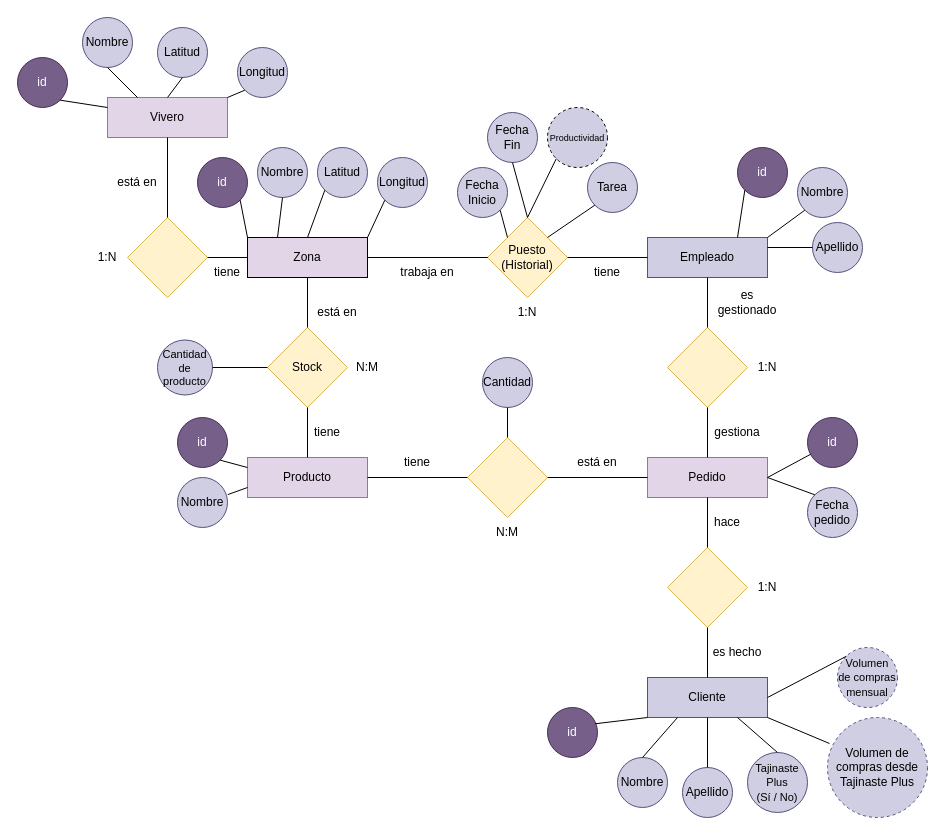
Above: viveros.drawio in IbaiHerasULL/ModeloER_Viveros (draw.io), before the change. Source tidied: cells renumbered, new cells numbered last; positions are measured from the earlier drawing's top-left corner, leaving out a move shared by most shapes. Both pictures are drawn from the tidied source at 100%, with x=0, y=0 at pixel (17, 17).
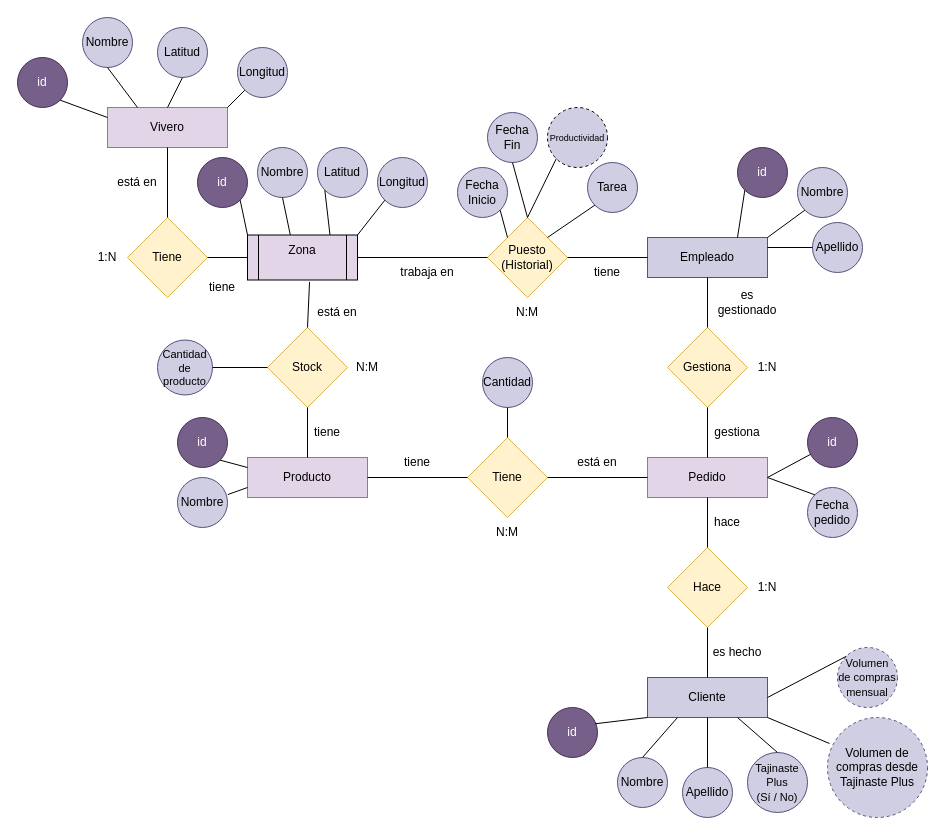
The same page after the edit.

The change refers to these unchanged cells:
```xml
<mxCell id="10" value="Nombre" style="ellipse;whiteSpace=wrap;html=1;fillColor=#d0cee2;strokeColor=#56517e;" parent="1" vertex="1">
  <mxGeometry x="240" y="130" width="50" height="50" as="geometry" />
</mxCell>
<mxCell id="16" value="Latitud" style="ellipse;whiteSpace=wrap;html=1;fillColor=#d0cee2;strokeColor=#56517e;" parent="1" vertex="1">
  <mxGeometry x="300" y="130" width="50" height="50" as="geometry" />
</mxCell>
<mxCell id="34" value="Stock" style="rhombus;whiteSpace=wrap;html=1;fillColor=#fff2cc;strokeColor=#d6b656;" parent="1" vertex="1">
  <mxGeometry x="250" y="310" width="80" height="80" as="geometry" />
</mxCell>
<mxCell id="43" value="Puesto&lt;div&gt;(Historial)&lt;/div&gt;" style="rhombus;whiteSpace=wrap;html=1;fillColor=#fff2cc;strokeColor=#d6b656;" parent="1" vertex="1">
  <mxGeometry x="470" y="200" width="80" height="80" as="geometry" />
</mxCell>
```

Diff of the diagram source:
```diff
@@
-    <mxCell id="3" value="Zona" style="rounded=0;whiteSpace=wrap;html=1;fillColor=#e1d5e7;strokeColor=default;glass=0;" parent="1" vertex="1">
-      <mxGeometry x="230" y="220" width="120" height="40" as="geometry" />
-    </mxCell>
@@
     <mxCell id="5" value="Vivero" style="rounded=0;whiteSpace=wrap;html=1;fillColor=#e1d5e7;strokeColor=#9673a6;" parent="1" vertex="1">
-      <mxGeometry x="90" y="80" width="120" height="40" as="geometry" />
+      <mxGeometry x="90" y="90" width="120" height="40" as="geometry" />
     </mxCell>
@@
-    <mxCell id="23" style="rhombus;whiteSpace=wrap;html=1;fillColor=#fff2cc;strokeColor=#d6b656;" parent="1" vertex="1">
+    <mxCell id="23" value="Tiene" style="rhombus;whiteSpace=wrap;html=1;fillColor=#fff2cc;strokeColor=#d6b656;" parent="1" vertex="1">
       <mxGeometry x="110" y="200" width="80" height="80" as="geometry" />
     </mxCell>
@@
-    <mxCell id="31" style="endArrow=none;html=1;rounded=0;entryX=0.5;entryY=1;entryDx=0;entryDy=0;exitX=0.25;exitY=0;exitDx=0;exitDy=0;" parent="1" edge="1" source="3" target="10">
+    <mxCell id="31" style="endArrow=none;html=1;rounded=0;entryX=0.5;entryY=1;entryDx=0;entryDy=0;exitX=0.391;exitY=0.022;exitDx=0;exitDy=0;exitPerimeter=0;" parent="1" edge="1" source="3" target="10">
       <mxGeometry relative="1" as="geometry" />
     </mxCell>
-    <mxCell id="32" style="endArrow=none;html=1;rounded=0;entryX=0;entryY=1;entryDx=0;entryDy=0;exitX=0.5;exitY=0;exitDx=0;exitDy=0;" parent="1" edge="1" source="3" target="16">
+    <mxCell id="32" style="endArrow=none;html=1;rounded=0;entryX=0;entryY=1;entryDx=0;entryDy=0;exitX=0.75;exitY=0;exitDx=0;exitDy=0;" parent="1" edge="1" source="3" target="16">
       <mxGeometry relative="1" as="geometry" />
     </mxCell>
@@
-    <mxCell id="37" style="endArrow=none;html=1;rounded=0;exitX=0.5;exitY=1;exitDx=0;exitDy=0;entryX=0.5;entryY=0;entryDx=0;entryDy=0;" parent="1" edge="1" source="3" target="34">
+    <mxCell id="37" style="endArrow=none;html=1;rounded=0;exitX=0.564;exitY=1.044;exitDx=0;exitDy=0;entryX=0.5;entryY=0;entryDx=0;entryDy=0;exitPerimeter=0;" parent="1" edge="1" source="3" target="34">
       <mxGeometry relative="1" as="geometry" />
     </mxCell>
@@
-    <mxCell id="47" value="1:N" style="text;html=1;align=center;verticalAlign=middle;whiteSpace=wrap;rounded=0;" parent="1" vertex="1">
+    <mxCell id="47" value="N:M" style="text;html=1;align=center;verticalAlign=middle;whiteSpace=wrap;rounded=0;" parent="1" vertex="1">
       <mxGeometry x="480" y="280" width="60" height="30" as="geometry" />
     </mxCell>
@@
-    <mxCell id="54" style="endArrow=none;html=1;rounded=0;exitX=0;exitY=0.5;exitDx=0;exitDy=0;entryX=1;entryY=0.5;entryDx=0;entryDy=0;" parent="1" edge="1" source="43" target="3">
-      <mxGeometry relative="1" as="geometry" />
-    </mxCell>
-    <mxCell id="55" style="endArrow=none;html=1;rounded=0;exitX=0;exitY=0.5;exitDx=0;exitDy=0;entryX=1;entryY=0.5;entryDx=0;entryDy=0;" parent="1" edge="1">
+    <mxCell id="55" style="endArrow=none;html=1;rounded=0;exitX=0;exitY=0.5;exitDx=0;exitDy=0;entryX=1;entryY=0.5;entryDx=0;entryDy=0;" parent="1" edge="1" target="3">
       <mxGeometry relative="1" as="geometry">
         <mxPoint x="470" y="240" as="sourcePoint" />
-        <mxPoint x="350" y="240" as="targetPoint" />
       </mxGeometry>
     </mxCell>
@@
-    <mxCell id="69" style="rhombus;whiteSpace=wrap;html=1;fillColor=#fff2cc;strokeColor=#d6b656;" parent="1" vertex="1">
+    <mxCell id="69" value="Tiene" style="rhombus;whiteSpace=wrap;html=1;fillColor=#fff2cc;strokeColor=#d6b656;" parent="1" vertex="1">
       <mxGeometry x="450" y="420" width="80" height="80" as="geometry" />
     </mxCell>
@@
-    <mxCell id="74" style="rhombus;whiteSpace=wrap;html=1;fillColor=#fff2cc;strokeColor=#d6b656;" parent="1" vertex="1">
+    <mxCell id="74" value="Gestiona" style="rhombus;whiteSpace=wrap;html=1;fillColor=#fff2cc;strokeColor=#d6b656;" parent="1" vertex="1">
       <mxGeometry x="650" y="310" width="80" height="80" as="geometry" />
     </mxCell>
@@
-    <mxCell id="77" style="rhombus;whiteSpace=wrap;html=1;fillColor=#fff2cc;strokeColor=#d6b656;" parent="1" vertex="1">
+    <mxCell id="77" value="Hace" style="rhombus;whiteSpace=wrap;html=1;fillColor=#fff2cc;strokeColor=#d6b656;" parent="1" vertex="1">
       <mxGeometry x="650" y="530" width="80" height="80" as="geometry" />
     </mxCell>
@@
     <mxCell id="87" value="tiene" style="text;html=1;align=center;verticalAlign=middle;whiteSpace=wrap;rounded=0;" parent="1" vertex="1">
-      <mxGeometry x="180" y="240" width="60" height="30" as="geometry" />
+      <mxGeometry x="175" y="255" width="60" height="30" as="geometry" />
     </mxCell>
@@
+    <mxCell id="3" value="&#10;Zona&#10;&#10;" style="shape=process;whiteSpace=wrap;html=1;backgroundOutline=1;fillColor=#E1D5E7;" parent="1" vertex="1">
+      <mxGeometry x="230" y="217.5" width="110" height="45" as="geometry" />
+    </mxCell>
```
